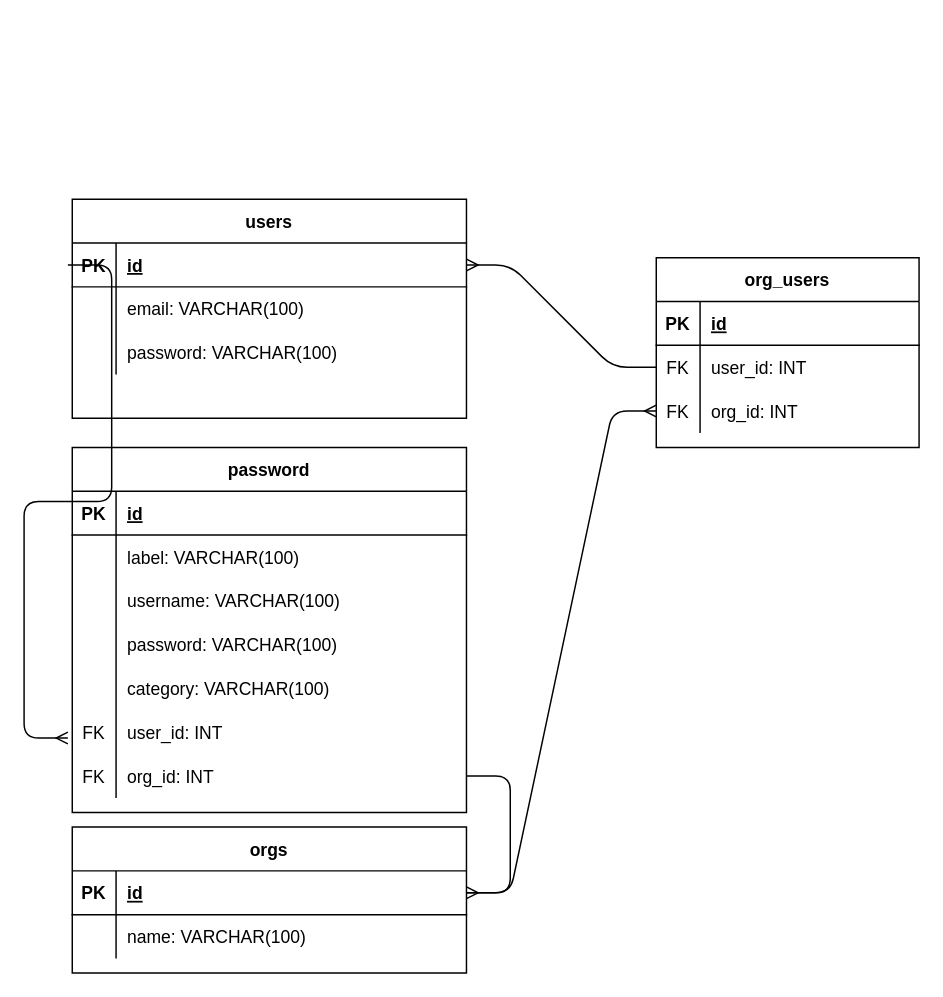
Earlier version of the draw.io diagram planning/PasswordKeepR_ERD.drawio (mar10outof10/PasswordKeepR). Source tidied: cells renumbered, new cells numbered last; positions are measured from the earlier drawing's top-left corner, leaving out a move shared by most shapes. Both pictures are drawn from the tidied source at 146%, with x=0, y=0 at pixel (67, 199).
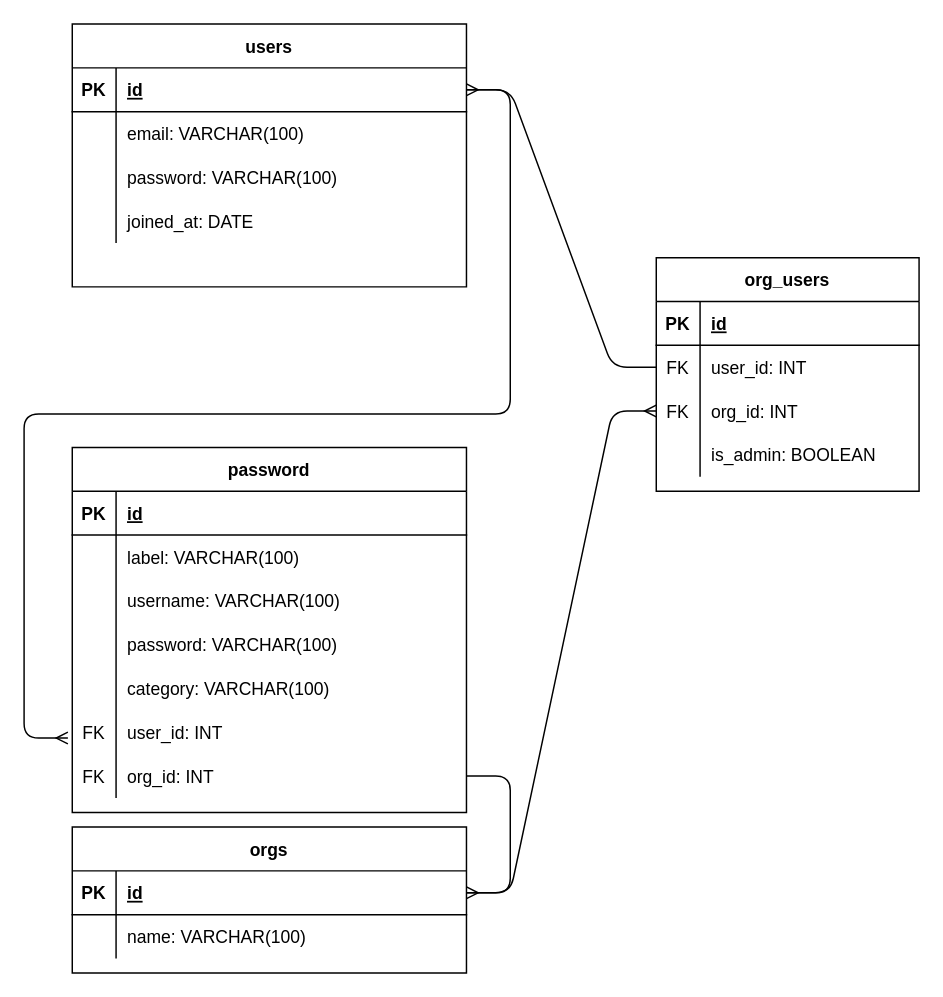
Above is the later version.

Commit message (it also covers changes not shown here):
update ERD: add users.joined_at and org_users.is_admin

The change refers to these unchanged cells:
```xml
<mxCell id="3" style="shape=partialRectangle;fillColor=none;top=0;left=0;bottom=1;right=0;points=[[0,0.5],[1,0.5]];portConstraint=eastwest;" parent="2" vertex="1">
  <mxGeometry y="30" width="270" height="30" as="geometry" />
</mxCell>
```

What changed in the source:
```diff
@@
     <mxCell id="2" value="users" style="shape=table;startSize=30;childLayout=tableLayout;rowLines=0;fontStyle=1;align=center;" parent="1" vertex="1">
-      <mxGeometry x="3" width="270" height="150" as="geometry" />
+      <mxGeometry x="3" y="-120" width="270" height="180" as="geometry" />
     </mxCell>
@@
+    <mxCell id="55" style="shape=partialRectangle;fillColor=none;top=0;left=0;bottom=0;right=0;" parent="2" vertex="1">
+      <mxGeometry y="120" width="270" height="30" as="geometry" />
+    </mxCell>
+    <mxCell id="56" style="shape=partialRectangle;fillColor=none;top=0;left=0;bottom=0;right=0;overflow=hidden;" parent="55" vertex="1">
+      <mxGeometry width="30" height="30" as="geometry" />
+    </mxCell>
+    <mxCell id="57" value="joined_at: DATE" style="shape=partialRectangle;fillColor=none;top=0;left=0;bottom=0;right=0;align=left;spacingLeft=6;overflow=hidden;" parent="55" vertex="1">
+      <mxGeometry x="30" width="240" height="30" as="geometry" />
+    </mxCell>
@@
     <mxCell id="41" value="org_users" style="shape=table;startSize=30;childLayout=tableLayout;rowLines=0;fontStyle=1;align=center;" parent="1" vertex="1">
-      <mxGeometry x="403" y="40" width="180" height="130" as="geometry" />
+      <mxGeometry x="403" y="40" width="180" height="160" as="geometry" />
     </mxCell>
@@
+    <mxCell id="58" style="shape=partialRectangle;fillColor=none;top=0;left=0;bottom=0;right=0;" parent="41" vertex="1">
+      <mxGeometry y="120" width="180" height="30" as="geometry" />
+    </mxCell>
+    <mxCell id="59" style="shape=partialRectangle;fillColor=none;top=0;left=0;bottom=0;right=0;overflow=hidden;" parent="58" vertex="1">
+      <mxGeometry width="30" height="30" as="geometry" />
+    </mxCell>
+    <mxCell id="60" value="is_admin: BOOLEAN" style="shape=partialRectangle;fillColor=none;top=0;left=0;bottom=0;right=0;align=left;spacingLeft=6;overflow=hidden;" parent="58" vertex="1">
+      <mxGeometry x="30" width="150" height="30" as="geometry" />
+    </mxCell>
@@
-    <mxCell id="53" style="edgeStyle=entityRelationEdgeStyle;fontSize=12;html=1;endArrow=ERmany;" parent="1" edge="1">
+    <mxCell id="53" style="edgeStyle=entityRelationEdgeStyle;fontSize=12;html=1;endArrow=ERmany;" parent="1" edge="1" source="3">
       <mxGeometry relative="1" as="geometry">
-        <mxPoint y="45" as="sourcePoint" />
         <mxPoint y="369" as="targetPoint" />
       </mxGeometry>
     </mxCell>
```
